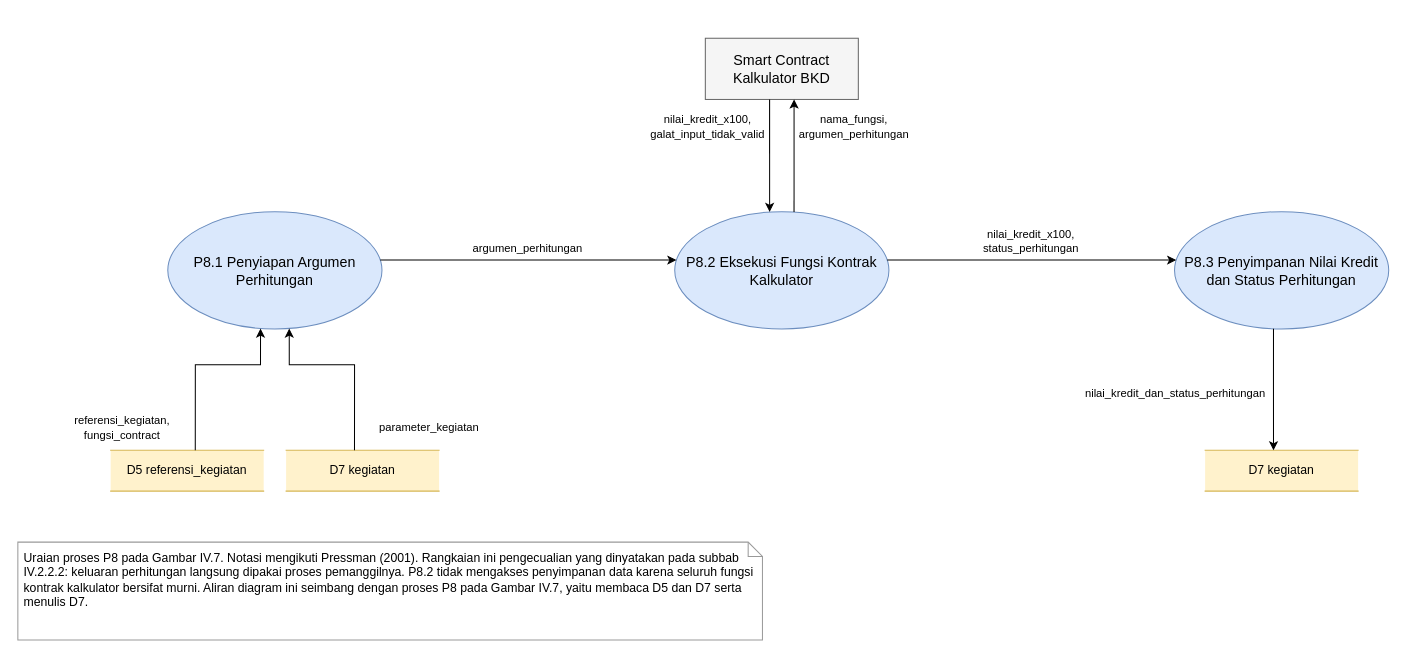
Earlier version of the draw.io diagram docs/diagram/IV-09-dfd-level-2-p8.drawio (SandChik/TugasAkhir). Source tidied: cells renumbered, new cells numbered last; positions are measured from the earlier drawing's top-left corner, leaving out a move shared by most shapes. Both pictures are drawn from the tidied source at 102%, with x=0, y=0 at pixel (17, 38).
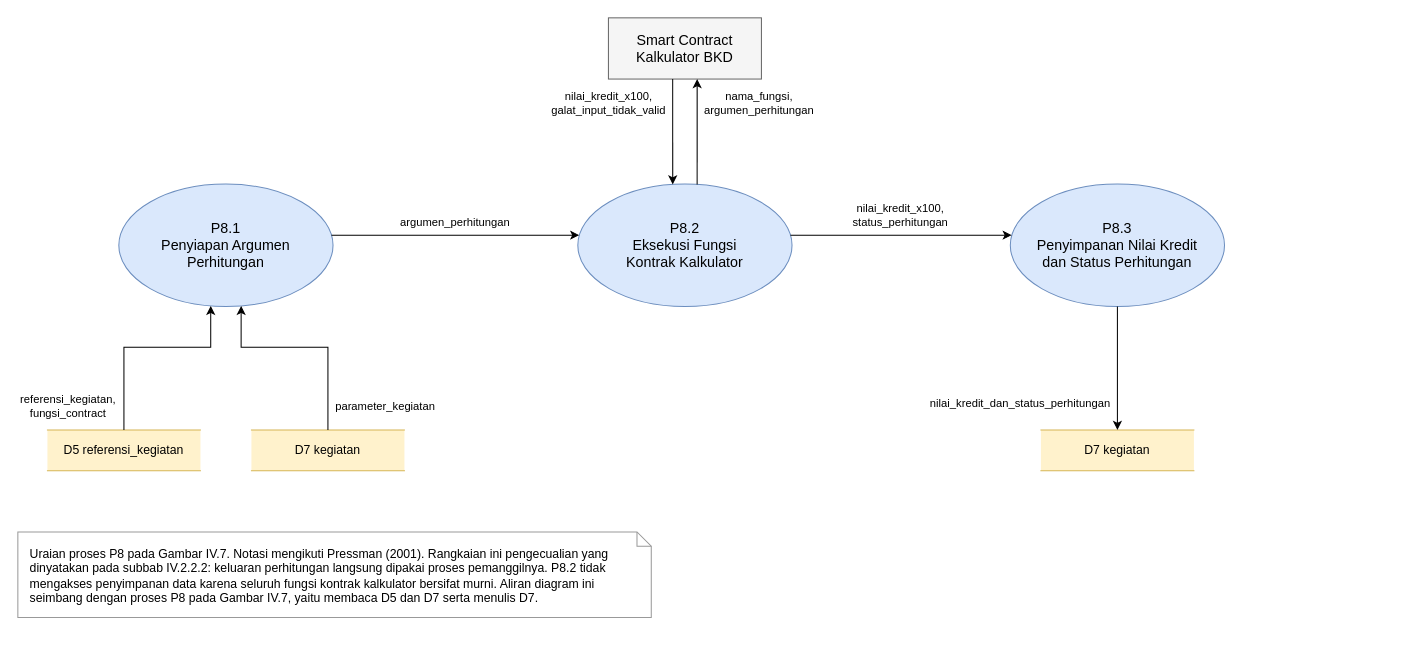
The same page after the edit.

What changed in the source:
```diff
@@
-    <mxCell id="2" value="P8.1 Penyiapan Argumen Perhitungan" style="ellipse;whiteSpace=wrap;html=1;fontSize=14;align=center;strokeColor=#6c8ebf;fillColor=#dae8fc;" parent="1" vertex="1">
-      <mxGeometry x="147" y="170" width="210" height="115" as="geometry" />
+    <mxCell id="2" value="P8.1&lt;br&gt;Penyiapan Argumen&lt;br&gt;Perhitungan" style="ellipse;whiteSpace=wrap;html=1;fontSize=14;align=center;strokeColor=#6c8ebf;fillColor=#dae8fc;" parent="1" vertex="1">
+      <mxGeometry x="99" y="143" width="210" height="120" as="geometry" />
     </mxCell>
     <mxCell id="3" value="D5  referensi_kegiatan" style="shape=partialRectangle;top=1;bottom=1;left=0;right=0;whiteSpace=wrap;html=1;fontSize=12;align=center;strokeColor=#d6b656;fillColor=#fff2cc;" parent="1" vertex="1">
-      <mxGeometry x="91" y="404" width="150" height="40" as="geometry" />
+      <mxGeometry x="29" y="384" width="150" height="40" as="geometry" />
     </mxCell>
     <mxCell id="4" value="D7  kegiatan" style="shape=partialRectangle;top=1;bottom=1;left=0;right=0;whiteSpace=wrap;html=1;fontSize=12;align=center;strokeColor=#d6b656;fillColor=#fff2cc;" parent="1" vertex="1">
-      <mxGeometry x="263" y="404" width="150" height="40" as="geometry" />
+      <mxGeometry x="229" y="384" width="150" height="40" as="geometry" />
     </mxCell>
-    <mxCell id="5" value="P8.2 Eksekusi Fungsi Kontrak Kalkulator" style="ellipse;whiteSpace=wrap;html=1;fontSize=14;align=center;strokeColor=#6c8ebf;fillColor=#dae8fc;" parent="1" vertex="1">
-      <mxGeometry x="644" y="170" width="210" height="115" as="geometry" />
+    <mxCell id="5" value="P8.2&lt;br&gt;Eksekusi Fungsi&lt;br&gt;Kontrak Kalkulator" style="ellipse;whiteSpace=wrap;html=1;fontSize=14;align=center;strokeColor=#6c8ebf;fillColor=#dae8fc;" parent="1" vertex="1">
+      <mxGeometry x="549" y="143" width="210" height="120" as="geometry" />
     </mxCell>
-    <mxCell id="6" value="Smart Contract Kalkulator BKD" style="rounded=0;whiteSpace=wrap;html=1;fontSize=14;align=center;strokeColor=#666666;fillColor=#f5f5f5;" parent="1" vertex="1">
-      <mxGeometry x="674" width="150" height="60" as="geometry" />
+    <mxCell id="6" value="Smart Contract&lt;br&gt;Kalkulator BKD" style="rounded=0;whiteSpace=wrap;html=1;fontSize=14;align=center;strokeColor=#666666;fillColor=#f5f5f5;" parent="1" vertex="1">
+      <mxGeometry x="579" y="-20" width="150" height="60" as="geometry" />
     </mxCell>
-    <mxCell id="7" value="P8.3 Penyimpanan Nilai Kredit dan Status Perhitungan" style="ellipse;whiteSpace=wrap;html=1;fontSize=14;align=center;strokeColor=#6c8ebf;fillColor=#dae8fc;" parent="1" vertex="1">
-      <mxGeometry x="1134" y="170" width="210" height="115" as="geometry" />
+    <mxCell id="7" value="P8.3&lt;br&gt;Penyimpanan Nilai Kredit&lt;br&gt;dan Status Perhitungan" style="ellipse;whiteSpace=wrap;html=1;fontSize=14;align=center;strokeColor=#6c8ebf;fillColor=#dae8fc;" parent="1" vertex="1">
+      <mxGeometry x="973" y="143" width="210" height="120" as="geometry" />
     </mxCell>
     <mxCell id="8" value="D7  kegiatan" style="shape=partialRectangle;top=1;bottom=1;left=0;right=0;whiteSpace=wrap;html=1;fontSize=12;align=center;strokeColor=#d6b656;fillColor=#fff2cc;" parent="1" vertex="1">
-      <mxGeometry x="1164" y="404" width="150" height="40" as="geometry" />
+      <mxGeometry x="1003" y="384" width="150" height="40" as="geometry" />
     </mxCell>
-    <mxCell id="9" value="Uraian proses P8 pada Gambar IV.7. Notasi mengikuti Pressman (2001). Rangkaian ini pengecualian yang dinyatakan pada subbab IV.2.2.2: keluaran perhitungan langsung dipakai proses pemanggilnya. P8.2 tidak mengakses penyimpanan data karena seluruh fungsi kontrak kalkulator bersifat murni. Aliran diagram ini seimbang dengan proses P8 pada Gambar IV.7, yaitu membaca D5 dan D7 serta menulis D7." style="shape=note;size=14;verticalAlign=top;spacingLeft=4;spacingTop=2;whiteSpace=wrap;html=1;fontSize=12;align=left;strokeColor=#999999;fillColor=#ffffff;" parent="1" vertex="1">
-      <mxGeometry y="494" width="730" height="96" as="geometry" />
+    <mxCell id="9" value="Uraian proses P8 pada Gambar IV.7. Notasi mengikuti Pressman (2001). Rangkaian ini pengecualian yang&lt;br&gt;dinyatakan pada subbab IV.2.2.2: keluaran perhitungan langsung dipakai proses pemanggilnya. P8.2 tidak&lt;br&gt;mengakses penyimpanan data karena seluruh fungsi kontrak kalkulator bersifat murni. Aliran diagram ini&lt;br&gt;seimbang dengan proses P8 pada Gambar IV.7, yaitu membaca D5 dan D7 serta menulis D7." style="shape=note;size=14;verticalAlign=top;spacingLeft=10;spacingRight=20;spacingTop=8;whiteSpace=wrap;html=1;fontSize=12;align=left;strokeColor=#999999;fillColor=#ffffff;" parent="1" vertex="1">
+      <mxGeometry y="484" width="621" height="84" as="geometry" />
     </mxCell>
-    <mxCell id="10" style="edgeStyle=orthogonalEdgeStyle;rounded=0;html=1;strokeColor=#000000;endArrow=classic;startArrow=none;exitX=0.553;exitY=0.000;exitDx=0;exitDy=0;entryX=0.433;entryY=0.996;entryDx=0;entryDy=0;entryPerimeter=0;" parent="1" edge="1" source="3" target="2">
+    <mxCell id="10" style="edgeStyle=orthogonalEdgeStyle;rounded=0;html=1;strokeColor=#000000;endArrow=classic;startArrow=none;exitX=0.500;exitY=0.000;exitDx=0;exitDy=0;entryX=0.429;entryY=0.995;entryDx=0;entryDy=0;entryPerimeter=0;" parent="1" edge="1" source="3" target="2">
       <mxGeometry relative="1" as="geometry">
         <Array as="points">
-          <mxPoint x="174" y="320" />
-          <mxPoint x="238" y="320" />
+          <mxPoint x="104" y="303" />
+          <mxPoint x="189" y="303" />
         </Array>
       </mxGeometry>
     </mxCell>
-    <mxCell id="11" style="edgeStyle=orthogonalEdgeStyle;rounded=0;html=1;strokeColor=#000000;endArrow=classic;startArrow=none;exitX=0.447;exitY=0.000;exitDx=0;exitDy=0;entryX=0.567;entryY=0.996;entryDx=0;entryDy=0;entryPerimeter=0;" parent="1" edge="1" source="4" target="2">
+    <mxCell id="11" style="edgeStyle=orthogonalEdgeStyle;rounded=0;html=1;strokeColor=#000000;endArrow=classic;startArrow=none;exitX=0.500;exitY=0.000;exitDx=0;exitDy=0;entryX=0.571;entryY=0.995;entryDx=0;entryDy=0;entryPerimeter=0;" parent="1" edge="1" source="4" target="2">
       <mxGeometry relative="1" as="geometry">
         <Array as="points">
-          <mxPoint x="330" y="320" />
-          <mxPoint x="266" y="320" />
+          <mxPoint x="304" y="303" />
+          <mxPoint x="219" y="303" />
         </Array>
       </mxGeometry>
     </mxCell>
@@
-    <mxCell id="14" style="edgeStyle=orthogonalEdgeStyle;rounded=0;html=1;strokeColor=#000000;endArrow=classic;startArrow=none;exitX=0.462;exitY=0.999;exitDx=0;exitDy=0;exitPerimeter=0;entryX=0.447;entryY=0.000;entryDx=0;entryDy=0;" parent="1" edge="1" source="7" target="8">
+    <mxCell id="14" style="edgeStyle=orthogonalEdgeStyle;rounded=0;html=1;strokeColor=#000000;endArrow=classic;startArrow=none;exitX=0.500;exitY=1.000;exitDx=0;exitDy=0;exitPerimeter=0;entryX=0.500;entryY=0.000;entryDx=0;entryDy=0;" parent="1" edge="1" source="7" target="8">
       <mxGeometry relative="1" as="geometry" />
     </mxCell>
-    <mxCell id="15" style="edgeStyle=orthogonalEdgeStyle;rounded=0;html=1;strokeColor=#000000;endArrow=classic;startArrow=none;exitX=0.992;exitY=0.413;exitDx=0;exitDy=0;exitPerimeter=0;entryX=0.008;entryY=0.413;entryDx=0;entryDy=0;entryPerimeter=0;" parent="1" edge="1" source="2" target="5">
+    <mxCell id="15" style="edgeStyle=orthogonalEdgeStyle;rounded=0;html=1;strokeColor=#000000;endArrow=classic;startArrow=none;exitX=0.993;exitY=0.417;exitDx=0;exitDy=0;exitPerimeter=0;entryX=0.007;entryY=0.417;entryDx=0;entryDy=0;entryPerimeter=0;" parent="1" edge="1" source="2" target="5">
       <mxGeometry relative="1" as="geometry" />
     </mxCell>
-    <mxCell id="16" style="edgeStyle=orthogonalEdgeStyle;rounded=0;html=1;strokeColor=#000000;endArrow=classic;startArrow=none;exitX=0.992;exitY=0.413;exitDx=0;exitDy=0;exitPerimeter=0;entryX=0.008;entryY=0.413;entryDx=0;entryDy=0;entryPerimeter=0;" parent="1" edge="1" source="5" target="7">
+    <mxCell id="16" style="edgeStyle=orthogonalEdgeStyle;rounded=0;html=1;strokeColor=#000000;endArrow=classic;startArrow=none;exitX=0.993;exitY=0.417;exitDx=0;exitDy=0;exitPerimeter=0;entryX=0.007;entryY=0.417;entryDx=0;entryDy=0;entryPerimeter=0;" parent="1" edge="1" source="5" target="7">
       <mxGeometry relative="1" as="geometry" />
     </mxCell>
-    <mxCell id="17" value="referensi_kegiatan, fungsi_contract" style="text;html=1;whiteSpace=wrap;fontSize=11;align=center;verticalAlign=middle;strokeColor=none;fillColor=#ffffff;" parent="1" vertex="1">
-      <mxGeometry x="53" y="367" width="99" height="29" as="geometry" />
+    <mxCell id="17" value="referensi_kegiatan,&lt;br&gt;fungsi_contract" style="text;html=1;whiteSpace=wrap;fontSize=11;align=center;verticalAlign=middle;strokeColor=none;fillColor=#ffffff;" parent="1" vertex="1">
+      <mxGeometry y="346" width="99" height="29" as="geometry" />
     </mxCell>
     <mxCell id="18" value="parameter_kegiatan" style="text;html=1;whiteSpace=wrap;fontSize=11;align=center;verticalAlign=middle;strokeColor=none;fillColor=#ffffff;" parent="1" vertex="1">
-      <mxGeometry x="352" y="374" width="103" height="15" as="geometry" />
+      <mxGeometry x="309" y="353" width="103" height="15" as="geometry" />
     </mxCell>
-    <mxCell id="19" value="nilai_kredit_x100, galat_input_tidak_valid" style="text;html=1;whiteSpace=wrap;fontSize=11;align=center;verticalAlign=middle;strokeColor=none;fillColor=#ffffff;" parent="1" vertex="1">
-      <mxGeometry x="619" y="72" width="115" height="29" as="geometry" />
+    <mxCell id="19" value="nilai_kredit_x100,&lt;br&gt;galat_input_tidak_valid" style="text;html=1;whiteSpace=wrap;fontSize=11;align=center;verticalAlign=middle;strokeColor=none;fillColor=#ffffff;" parent="1" vertex="1">
+      <mxGeometry x="522" y="49" width="115" height="29" as="geometry" />
     </mxCell>
-    <mxCell id="20" value="nama_fungsi, argumen_perhitungan" style="text;html=1;whiteSpace=wrap;fontSize=11;align=center;verticalAlign=middle;strokeColor=none;fillColor=#ffffff;" parent="1" vertex="1">
-      <mxGeometry x="764" y="72" width="112" height="29" as="geometry" />
+    <mxCell id="20" value="nama_fungsi,&lt;br&gt;argumen_perhitungan" style="text;html=1;whiteSpace=wrap;fontSize=11;align=center;verticalAlign=middle;strokeColor=none;fillColor=#ffffff;" parent="1" vertex="1">
+      <mxGeometry x="671" y="49" width="112" height="29" as="geometry" />
     </mxCell>
     <mxCell id="21" value="nilai_kredit_dan_status_perhitungan" style="text;html=1;whiteSpace=wrap;fontSize=11;align=center;verticalAlign=middle;strokeColor=none;fillColor=#ffffff;" parent="1" vertex="1">
-      <mxGeometry x="1045" y="340" width="180" height="15" as="geometry" />
+      <mxGeometry x="893" y="350" width="180" height="15" as="geometry" />
     </mxCell>
     <mxCell id="22" value="argumen_perhitungan" style="text;html=1;whiteSpace=wrap;fontSize=11;align=center;verticalAlign=middle;strokeColor=none;fillColor=#ffffff;" parent="1" vertex="1">
-      <mxGeometry x="444" y="198" width="112" height="15" as="geometry" />
+      <mxGeometry x="373" y="173" width="112" height="15" as="geometry" />
     </mxCell>
-    <mxCell id="23" value="nilai_kredit_x100, status_perhitungan" style="text;html=1;whiteSpace=wrap;fontSize=11;align=center;verticalAlign=middle;strokeColor=none;fillColor=#ffffff;" parent="1" vertex="1">
-      <mxGeometry x="944" y="184" width="99" height="29" as="geometry" />
+    <mxCell id="23" value="nilai_kredit_x100,&lt;br&gt;status_perhitungan" style="text;html=1;whiteSpace=wrap;fontSize=11;align=center;verticalAlign=middle;strokeColor=none;fillColor=#ffffff;" parent="1" vertex="1">
+      <mxGeometry x="816" y="159" width="99" height="29" as="geometry" />
     </mxCell>
```
